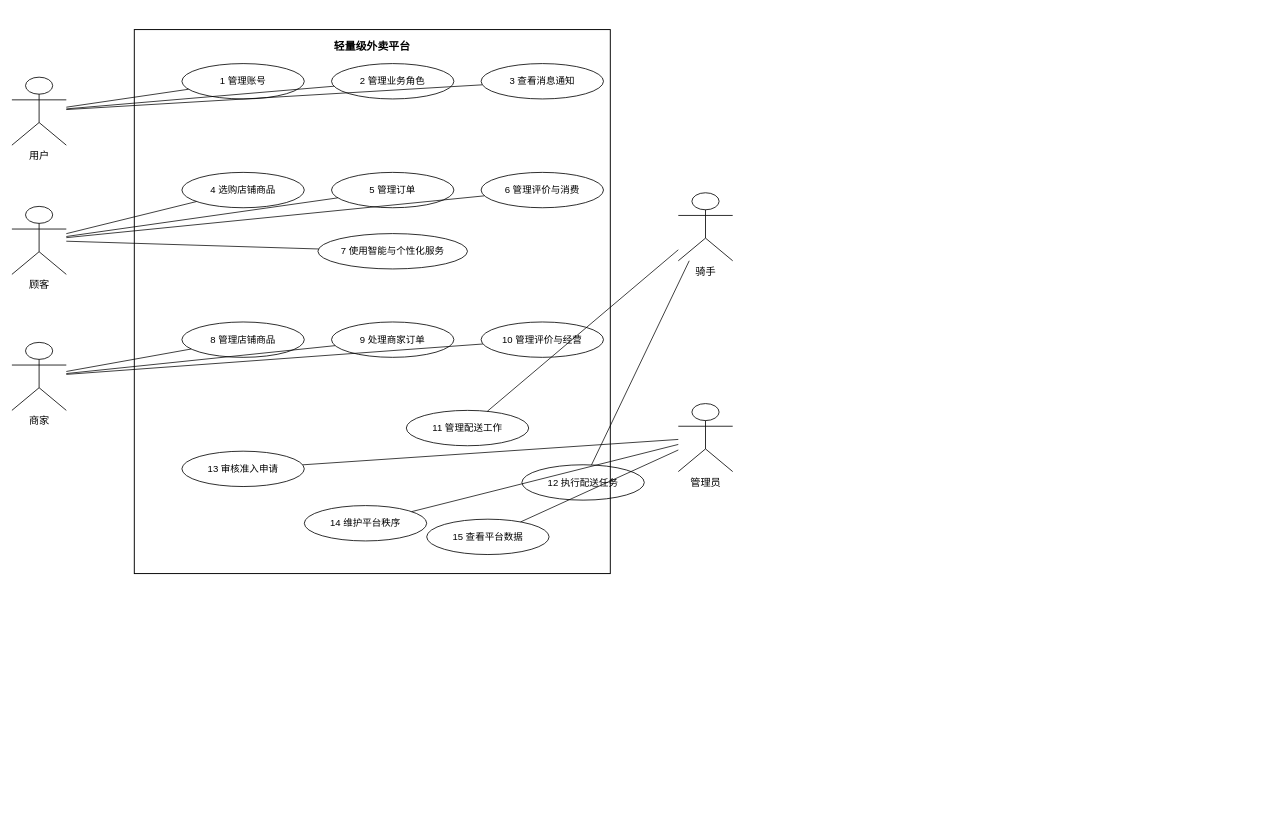
The draw.io diagram source/figures/srs/drawio/use-case-v2/09-system-use-case-v2.drawio in Fwlyii/lightweight-takeout-platform, before the edit. Source tidied: cells renumbered, new cells numbered last; positions are measured from the earlier drawing's top-left corner, leaving out a move shared by most shapes. Both pictures are drawn from the tidied source at 68%, with x=0, y=0 at pixel (12, 29).
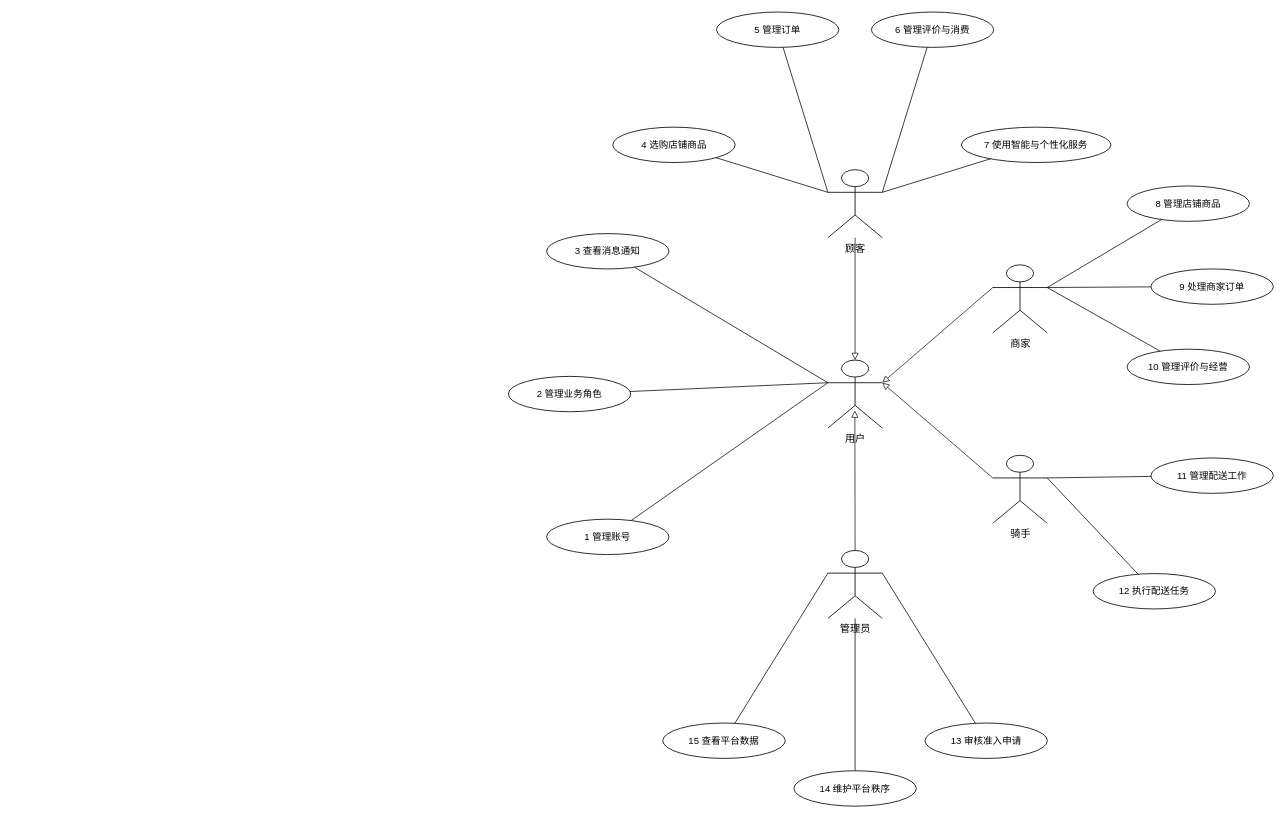
After the change.

The edit, as a diff of the source:
```diff
@@
-    <mxCell id="2" value="轻量级外卖平台" style="rounded=0;whiteSpace=wrap;html=1;fillColor=none;strokeWidth=1.4;verticalAlign=top;fontStyle=1;fontSize=16;spacingTop=8;" parent="1" vertex="1">
-      <mxGeometry x="180" width="700" height="800" as="geometry" />
-    </mxCell>
-    <mxCell id="3" value="用户" style="shape=umlActor;verticalLabelPosition=bottom;verticalAlign=top;html=1;fontSize=15;strokeWidth=1.2;" parent="1" vertex="1">
-      <mxGeometry y="70" width="80" height="100" as="geometry" />
-    </mxCell>
-    <mxCell id="4" value="顾客" style="shape=umlActor;verticalLabelPosition=bottom;verticalAlign=top;html=1;fontSize=15;strokeWidth=1.2;" parent="1" vertex="1">
-      <mxGeometry y="260" width="80" height="100" as="geometry" />
-    </mxCell>
-    <mxCell id="5" value="商家" style="shape=umlActor;verticalLabelPosition=bottom;verticalAlign=top;html=1;fontSize=15;strokeWidth=1.2;" parent="1" vertex="1">
-      <mxGeometry y="460" width="80" height="100" as="geometry" />
-    </mxCell>
-    <mxCell id="6" value="骑手" style="shape=umlActor;verticalLabelPosition=bottom;verticalAlign=top;html=1;fontSize=15;strokeWidth=1.2;" parent="1" vertex="1">
-      <mxGeometry x="980" y="240" width="80" height="100" as="geometry" />
-    </mxCell>
-    <mxCell id="7" value="管理员" style="shape=umlActor;verticalLabelPosition=bottom;verticalAlign=top;html=1;fontSize=15;strokeWidth=1.2;" parent="1" vertex="1">
-      <mxGeometry x="980" y="550" width="80" height="100" as="geometry" />
-    </mxCell>
     <mxCell id="8" value="1 管理账号" style="ellipse;whiteSpace=wrap;html=1;fontSize=14;strokeWidth=1.2;fillColor=none;align=center;" parent="1" vertex="1">
-      <mxGeometry x="250" y="50" width="180" height="52" as="geometry" />
+      <mxGeometry x="786.3" y="720" width="180" height="52" as="geometry" />
     </mxCell>
-    <mxCell id="9" style="endArrow=none;html=1;strokeWidth=1.1;" parent="1" edge="1" source="3" target="8">
+    <mxCell id="9" style="endArrow=none;html=1;strokeWidth=1.1;exitX=0;exitY=0.3333333333333333;exitDx=0;exitDy=0;exitPerimeter=0;" parent="1" edge="1" source="3" target="8">
       <mxGeometry relative="1" as="geometry" />
     </mxCell>
     <mxCell id="10" value="2 管理业务角色" style="ellipse;whiteSpace=wrap;html=1;fontSize=14;strokeWidth=1.2;fillColor=none;align=center;" parent="1" vertex="1">
-      <mxGeometry x="470" y="50" width="180" height="52" as="geometry" />
+      <mxGeometry x="730" y="510" width="180" height="52" as="geometry" />
     </mxCell>
-    <mxCell id="11" style="endArrow=none;html=1;strokeWidth=1.1;" parent="1" edge="1" source="3" target="10">
+    <mxCell id="11" style="endArrow=none;html=1;strokeWidth=1.1;exitX=0;exitY=0.3333333333333333;exitDx=0;exitDy=0;exitPerimeter=0;" parent="1" edge="1" source="3" target="10">
       <mxGeometry relative="1" as="geometry" />
     </mxCell>
     <mxCell id="12" value="3 查看消息通知" style="ellipse;whiteSpace=wrap;html=1;fontSize=14;strokeWidth=1.2;fillColor=none;align=center;" parent="1" vertex="1">
-      <mxGeometry x="690" y="50" width="180" height="52" as="geometry" />
+      <mxGeometry x="786.3" y="300" width="180" height="52" as="geometry" />
     </mxCell>
-    <mxCell id="13" style="endArrow=none;html=1;strokeWidth=1.1;" parent="1" edge="1" source="3" target="12">
+    <mxCell id="13" style="endArrow=none;html=1;strokeWidth=1.1;exitX=0;exitY=0.3333333333333333;exitDx=0;exitDy=0;exitPerimeter=0;" parent="1" edge="1" source="3" target="12">
       <mxGeometry relative="1" as="geometry" />
     </mxCell>
     <mxCell id="14" value="4 选购店铺商品" style="ellipse;whiteSpace=wrap;html=1;fontSize=14;strokeWidth=1.2;fillColor=none;align=center;" parent="1" vertex="1">
-      <mxGeometry x="250" y="210" width="180" height="52" as="geometry" />
+      <mxGeometry x="883.7" y="143.5" width="180" height="52" as="geometry" />
     </mxCell>
-    <mxCell id="15" style="endArrow=none;html=1;strokeWidth=1.1;" parent="1" edge="1" source="4" target="14">
+    <mxCell id="15" style="endArrow=none;html=1;strokeWidth=1.1;exitX=0;exitY=0.3333333333333333;exitDx=0;exitDy=0;exitPerimeter=0;" parent="1" edge="1" source="4" target="14">
       <mxGeometry relative="1" as="geometry" />
     </mxCell>
     <mxCell id="16" value="5 管理订单" style="ellipse;whiteSpace=wrap;html=1;fontSize=14;strokeWidth=1.2;fillColor=none;align=center;" parent="1" vertex="1">
-      <mxGeometry x="470" y="210" width="180" height="52" as="geometry" />
+      <mxGeometry x="1036.1" y="-25.8" width="180" height="52" as="geometry" />
     </mxCell>
-    <mxCell id="17" style="endArrow=none;html=1;strokeWidth=1.1;" parent="1" edge="1" source="4" target="16">
+    <mxCell id="17" style="endArrow=none;html=1;strokeWidth=1.1;exitX=0;exitY=0.3333333333333333;exitDx=0;exitDy=0;exitPerimeter=0;" parent="1" edge="1" source="4" target="16">
       <mxGeometry relative="1" as="geometry" />
     </mxCell>
     <mxCell id="18" value="6 管理评价与消费" style="ellipse;whiteSpace=wrap;html=1;fontSize=14;strokeWidth=1.2;fillColor=none;align=center;" parent="1" vertex="1">
-      <mxGeometry x="690" y="210" width="180" height="52" as="geometry" />
+      <mxGeometry x="1263.9" y="-25.8" width="180" height="52" as="geometry" />
     </mxCell>
-    <mxCell id="19" style="endArrow=none;html=1;strokeWidth=1.1;" parent="1" edge="1" source="4" target="18">
+    <mxCell id="19" style="endArrow=none;html=1;strokeWidth=1.1;exitX=1;exitY=0.3333333333333333;exitDx=0;exitDy=0;exitPerimeter=0;" parent="1" edge="1" source="4" target="18">
       <mxGeometry relative="1" as="geometry" />
     </mxCell>
     <mxCell id="20" value="7 使用智能与个性化服务" style="ellipse;whiteSpace=wrap;html=1;fontSize=14;strokeWidth=1.2;fillColor=none;align=center;" parent="1" vertex="1">
-      <mxGeometry x="450" y="300" width="220" height="52" as="geometry" />
+      <mxGeometry x="1396.3" y="143.5" width="220" height="52" as="geometry" />
     </mxCell>
-    <mxCell id="21" style="endArrow=none;html=1;strokeWidth=1.1;" parent="1" edge="1" source="4" target="20">
+    <mxCell id="21" style="endArrow=none;html=1;strokeWidth=1.1;exitX=1;exitY=0.3333333333333333;exitDx=0;exitDy=0;exitPerimeter=0;" parent="1" edge="1" source="4" target="20">
       <mxGeometry relative="1" as="geometry" />
     </mxCell>
     <mxCell id="22" value="8 管理店铺商品" style="ellipse;whiteSpace=wrap;html=1;fontSize=14;strokeWidth=1.2;fillColor=none;align=center;" parent="1" vertex="1">
-      <mxGeometry x="250" y="430" width="180" height="52" as="geometry" />
+      <mxGeometry x="1640" y="230" width="180" height="52" as="geometry" />
     </mxCell>
-    <mxCell id="23" style="endArrow=none;html=1;strokeWidth=1.1;" parent="1" edge="1" source="5" target="22">
+    <mxCell id="23" style="endArrow=none;html=1;strokeWidth=1.1;exitX=1;exitY=0.3333333333333333;exitDx=0;exitDy=0;exitPerimeter=0;" parent="1" edge="1" source="5" target="22">
       <mxGeometry relative="1" as="geometry" />
     </mxCell>
     <mxCell id="24" value="9 处理商家订单" style="ellipse;whiteSpace=wrap;html=1;fontSize=14;strokeWidth=1.2;fillColor=none;align=center;" parent="1" vertex="1">
-      <mxGeometry x="470" y="430" width="180" height="52" as="geometry" />
+      <mxGeometry x="1675.1" y="352" width="180" height="52" as="geometry" />
     </mxCell>
-    <mxCell id="25" style="endArrow=none;html=1;strokeWidth=1.1;" parent="1" edge="1" source="5" target="24">
+    <mxCell id="25" style="endArrow=none;html=1;strokeWidth=1.1;exitX=1;exitY=0.3333333333333333;exitDx=0;exitDy=0;exitPerimeter=0;" parent="1" edge="1" source="5" target="24">
       <mxGeometry relative="1" as="geometry" />
     </mxCell>
     <mxCell id="26" value="10 管理评价与经营" style="ellipse;whiteSpace=wrap;html=1;fontSize=14;strokeWidth=1.2;fillColor=none;align=center;" parent="1" vertex="1">
-      <mxGeometry x="690" y="430" width="180" height="52" as="geometry" />
+      <mxGeometry x="1640" y="470" width="180" height="52" as="geometry" />
     </mxCell>
-    <mxCell id="27" style="endArrow=none;html=1;strokeWidth=1.1;" parent="1" edge="1" source="5" target="26">
+    <mxCell id="27" style="endArrow=none;html=1;strokeWidth=1.1;exitX=1;exitY=0.3333333333333333;exitDx=0;exitDy=0;exitPerimeter=0;" parent="1" edge="1" source="5" target="26">
       <mxGeometry relative="1" as="geometry" />
     </mxCell>
     <mxCell id="28" value="11 管理配送工作" style="ellipse;whiteSpace=wrap;html=1;fontSize=14;strokeWidth=1.2;fillColor=none;align=center;" parent="1" vertex="1">
-      <mxGeometry x="580" y="560" width="180" height="52" as="geometry" />
+      <mxGeometry x="1675.1" y="630" width="180" height="52" as="geometry" />
     </mxCell>
-    <mxCell id="29" style="endArrow=none;html=1;strokeWidth=1.1;" parent="1" edge="1" source="6" target="28">
+    <mxCell id="29" style="endArrow=none;html=1;strokeWidth=1.1;exitX=1;exitY=0.3333333333333333;exitDx=0;exitDy=0;exitPerimeter=0;" parent="1" edge="1" source="6" target="28">
       <mxGeometry relative="1" as="geometry" />
     </mxCell>
     <mxCell id="30" value="12 执行配送任务" style="ellipse;whiteSpace=wrap;html=1;fontSize=14;strokeWidth=1.2;fillColor=none;align=center;" parent="1" vertex="1">
-      <mxGeometry x="750" y="640" width="180" height="52" as="geometry" />
+      <mxGeometry x="1590" y="800" width="180" height="52" as="geometry" />
     </mxCell>
-    <mxCell id="31" style="endArrow=none;html=1;strokeWidth=1.1;" parent="1" edge="1" source="6" target="30">
+    <mxCell id="31" style="endArrow=none;html=1;strokeWidth=1.1;exitX=1;exitY=0.3333333333333333;exitDx=0;exitDy=0;exitPerimeter=0;" parent="1" edge="1" source="6" target="30">
       <mxGeometry relative="1" as="geometry" />
     </mxCell>
     <mxCell id="32" value="13 审核准入申请" style="ellipse;whiteSpace=wrap;html=1;fontSize=14;strokeWidth=1.2;fillColor=none;align=center;" parent="1" vertex="1">
-      <mxGeometry x="250" y="620" width="180" height="52" as="geometry" />
+      <mxGeometry x="1342.8" y="1019.8" width="180" height="52" as="geometry" />
     </mxCell>
-    <mxCell id="33" style="endArrow=none;html=1;strokeWidth=1.1;" parent="1" edge="1" source="7" target="32">
+    <mxCell id="33" style="endArrow=none;html=1;strokeWidth=1.1;exitX=1;exitY=0.3333333333333333;exitDx=0;exitDy=0;exitPerimeter=0;" parent="1" edge="1" source="7" target="32">
       <mxGeometry relative="1" as="geometry" />
     </mxCell>
     <mxCell id="34" value="14 维护平台秩序" style="ellipse;whiteSpace=wrap;html=1;fontSize=14;strokeWidth=1.2;fillColor=none;align=center;" parent="1" vertex="1">
-      <mxGeometry x="430" y="700" width="180" height="52" as="geometry" />
+      <mxGeometry x="1150" y="1090" width="180" height="52" as="geometry" />
     </mxCell>
-    <mxCell id="35" style="endArrow=none;html=1;strokeWidth=1.1;" parent="1" edge="1" source="7" target="34">
+    <mxCell id="35" style="endArrow=none;html=1;strokeWidth=1.1;exitX=0.5;exitY=1;exitDx=0;exitDy=0;exitPerimeter=0;" parent="1" edge="1" source="7" target="34">
       <mxGeometry relative="1" as="geometry" />
     </mxCell>
     <mxCell id="36" value="15 查看平台数据" style="ellipse;whiteSpace=wrap;html=1;fontSize=14;strokeWidth=1.2;fillColor=none;align=center;" parent="1" vertex="1">
-      <mxGeometry x="610" y="720" width="180" height="52" as="geometry" />
+      <mxGeometry x="957.2" y="1019.8" width="180" height="52" as="geometry" />
     </mxCell>
-    <mxCell id="37" style="endArrow=none;html=1;strokeWidth=1.1;" parent="1" edge="1" source="7" target="36">
+    <mxCell id="37" style="endArrow=none;html=1;strokeWidth=1.1;exitX=0;exitY=0.3333333333333333;exitDx=0;exitDy=0;exitPerimeter=0;" parent="1" edge="1" source="7" target="36">
       <mxGeometry relative="1" as="geometry" />
     </mxCell>
+    <mxCell id="3" value="用户" style="shape=umlActor;verticalLabelPosition=bottom;verticalAlign=top;html=1;fontSize=15;strokeWidth=1.2;" parent="1" vertex="1">
+      <mxGeometry x="1200" y="486" width="80" height="100" as="geometry" />
+    </mxCell>
+    <mxCell id="4" value="顾客" style="shape=umlActor;verticalLabelPosition=bottom;verticalAlign=top;html=1;fontSize=15;strokeWidth=1.2;" parent="1" vertex="1">
+      <mxGeometry x="1200" y="206" width="80" height="100" as="geometry" />
+    </mxCell>
+    <mxCell id="5" value="商家" style="shape=umlActor;verticalLabelPosition=bottom;verticalAlign=top;html=1;fontSize=15;strokeWidth=1.2;" parent="1" vertex="1">
+      <mxGeometry x="1442.5" y="346" width="80" height="100" as="geometry" />
+    </mxCell>
+    <mxCell id="6" value="骑手" style="shape=umlActor;verticalLabelPosition=bottom;verticalAlign=top;html=1;fontSize=15;strokeWidth=1.2;" parent="1" vertex="1">
+      <mxGeometry x="1442.5" y="626" width="80" height="100" as="geometry" />
+    </mxCell>
+    <mxCell id="7" value="管理员" style="shape=umlActor;verticalLabelPosition=bottom;verticalAlign=top;html=1;fontSize=15;strokeWidth=1.2;" parent="1" vertex="1">
+      <mxGeometry x="1200" y="766" width="80" height="100" as="geometry" />
+    </mxCell>
+    <mxCell id="38" style="endArrow=block;html=1;rounded=0;align=center;verticalAlign=bottom;endFill=0;labelBackgroundColor=none;endSize=8;entryX=0.5;entryY=0;entryDx=0;entryDy=0;entryPerimeter=0;" parent="1" edge="1" source="4" target="3">
+      <mxGeometry relative="1" as="geometry" />
+    </mxCell>
+    <mxCell id="39" style="html=1;align=center;verticalAlign=top;labelBackgroundColor=none;" parent="38" vertex="1">
+      <mxGeometry relative="1" as="geometry" />
+    </mxCell>
+    <mxCell id="40" style="endArrow=block;html=1;rounded=0;align=center;verticalAlign=bottom;endFill=0;labelBackgroundColor=none;endSize=8;entryX=1;entryY=0.3333333333333333;entryDx=0;entryDy=0;entryPerimeter=0;exitX=0;exitY=0.3333333333333333;exitDx=0;exitDy=0;exitPerimeter=0;" parent="1" edge="1" source="5" target="3">
+      <mxGeometry relative="1" as="geometry" />
+    </mxCell>
+    <mxCell id="41" style="html=1;align=center;verticalAlign=top;labelBackgroundColor=none;" parent="40" vertex="1">
+      <mxGeometry relative="1" as="geometry" />
+    </mxCell>
+    <mxCell id="42" style="endArrow=block;html=1;rounded=0;align=center;verticalAlign=bottom;endFill=0;labelBackgroundColor=none;endSize=8;exitX=0;exitY=0.3333333333333333;exitDx=0;exitDy=0;exitPerimeter=0;entryX=1;entryY=0.3333333333333333;entryDx=0;entryDy=0;entryPerimeter=0;" parent="1" edge="1" source="6" target="3">
+      <mxGeometry relative="1" as="geometry" />
+    </mxCell>
+    <mxCell id="43" style="html=1;align=center;verticalAlign=top;labelBackgroundColor=none;" parent="42" vertex="1">
+      <mxGeometry relative="1" as="geometry" />
+    </mxCell>
+    <mxCell id="44" style="endArrow=block;html=1;rounded=0;align=center;verticalAlign=bottom;endFill=0;labelBackgroundColor=none;endSize=8;exitX=0.5;exitY=0;exitDx=0;exitDy=0;exitPerimeter=0;entryX=0.496;entryY=0.742;entryDx=0;entryDy=0;entryPerimeter=0;" parent="1" edge="1" source="7" target="3">
+      <mxGeometry relative="1" as="geometry" />
+    </mxCell>
+    <mxCell id="45" style="html=1;align=center;verticalAlign=top;labelBackgroundColor=none;" parent="44" vertex="1">
+      <mxGeometry relative="1" as="geometry" />
+    </mxCell>
```
